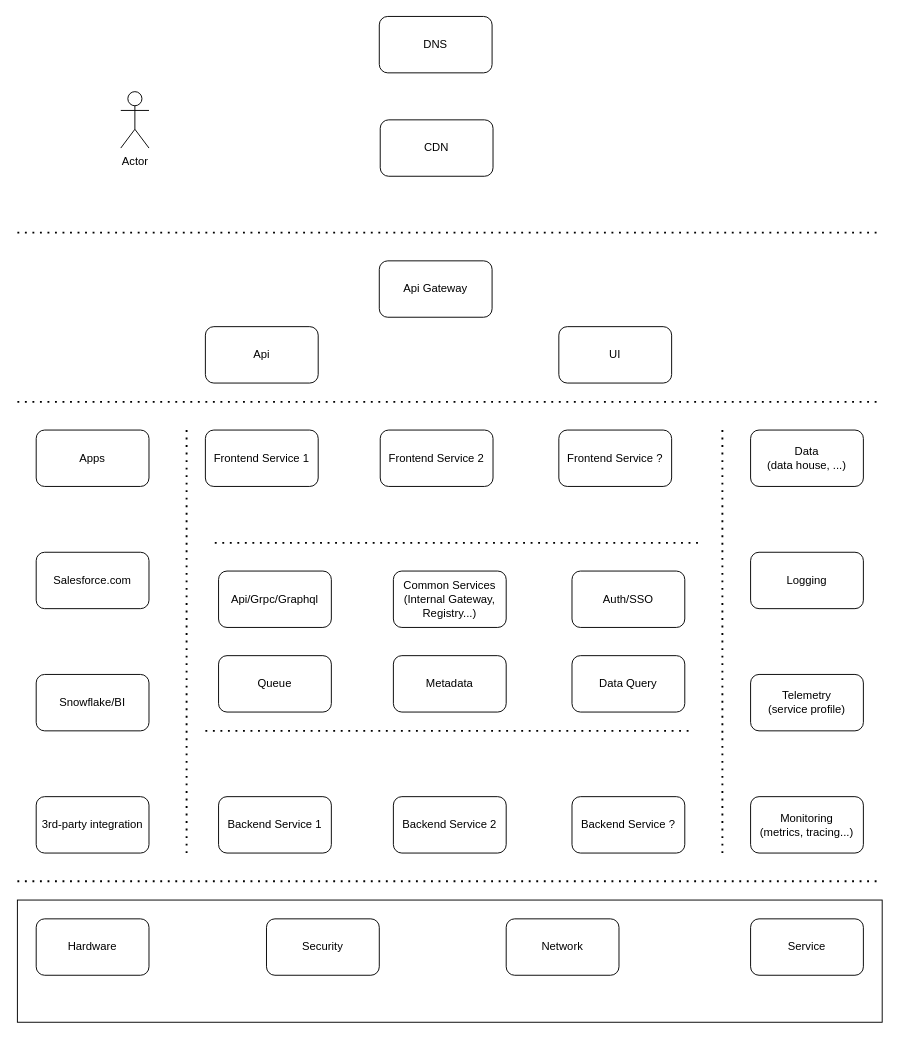
jiangtao7/draw.io keeps this draw.io diagram as gitlab_backup.drawio. Above is the earlier version. Source tidied: cells renumbered, new cells numbered last; positions are measured from the earlier drawing's top-left corner, leaving out a move shared by most shapes. Both pictures are drawn from the tidied source at 94%, with x=0, y=0 at pixel (17, 16).
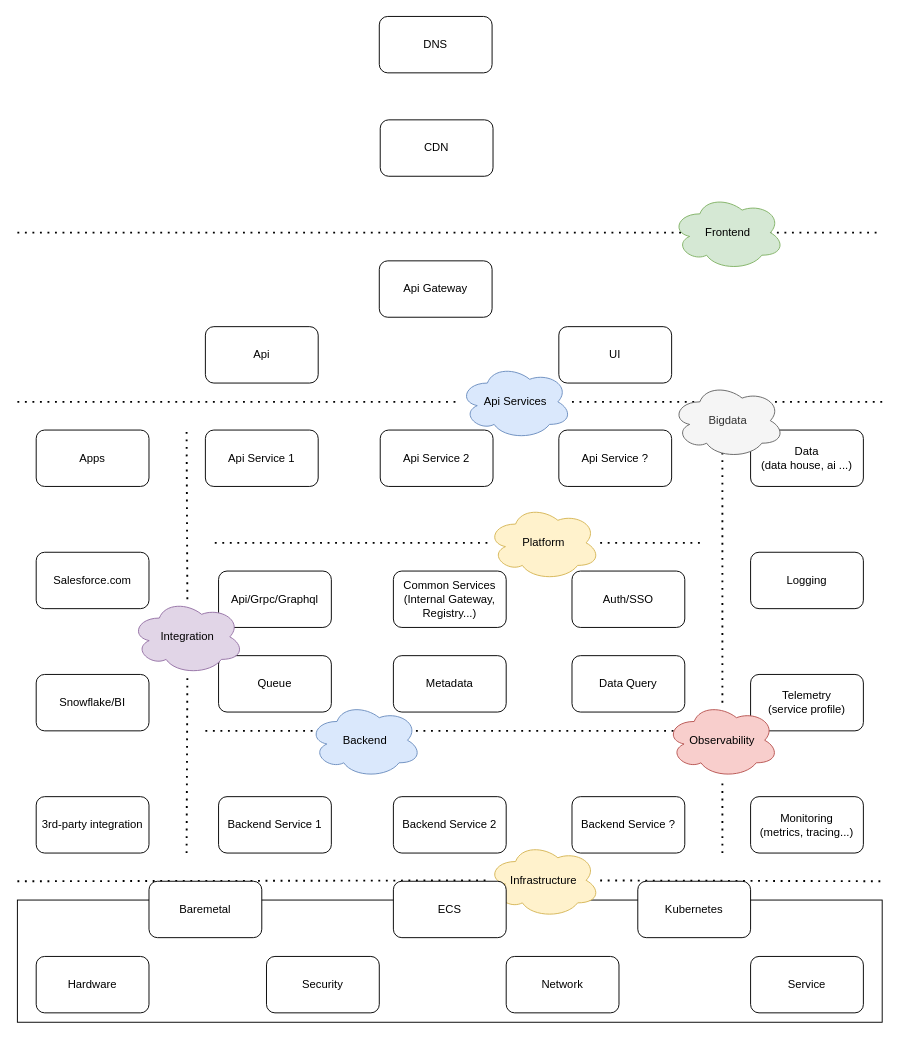
Above is the later version.

The edit, as a diff of the source:
```diff
@@
-    <mxCell id="3" style="endArrow=none;dashed=1;html=1;dashPattern=1 3;strokeWidth=2;rounded=0;" parent="1" edge="1">
+    <mxCell id="3" style="endArrow=none;dashed=1;html=1;dashPattern=1 3;strokeWidth=2;rounded=0;startArrow=none;" parent="1" edge="1" source="49">
       <mxGeometry relative="1" as="geometry">
-        <mxPoint y="920" as="sourcePoint" />
         <mxPoint x="920" y="920" as="targetPoint" />
       </mxGeometry>
     </mxCell>
     <mxCell id="4" value="Hardware" style="rounded=1;whiteSpace=wrap;html=1;" parent="1" vertex="1">
-      <mxGeometry x="20" y="960" width="120" height="60" as="geometry" />
+      <mxGeometry x="20" y="1000" width="120" height="60" as="geometry" />
     </mxCell>
     <mxCell id="5" value="Security" style="rounded=1;whiteSpace=wrap;html=1;" parent="1" vertex="1">
-      <mxGeometry x="265" y="960" width="120" height="60" as="geometry" />
+      <mxGeometry x="265" y="1000" width="120" height="60" as="geometry" />
     </mxCell>
     <mxCell id="6" value="Network" style="rounded=1;whiteSpace=wrap;html=1;" parent="1" vertex="1">
-      <mxGeometry x="520" y="960" width="120" height="60" as="geometry" />
+      <mxGeometry x="520" y="1000" width="120" height="60" as="geometry" />
     </mxCell>
     <mxCell id="7" value="Service" style="rounded=1;whiteSpace=wrap;html=1;" parent="1" vertex="1">
-      <mxGeometry x="780" y="960" width="120" height="60" as="geometry" />
+      <mxGeometry x="780" y="1000" width="120" height="60" as="geometry" />
     </mxCell>
@@
-    <mxCell id="11" value="Data&lt;br&gt;(data house, ...)" style="rounded=1;whiteSpace=wrap;html=1;" parent="1" vertex="1">
+    <mxCell id="11" value="Data&lt;br&gt;(data house, ai ...)" style="rounded=1;whiteSpace=wrap;html=1;" parent="1" vertex="1">
       <mxGeometry x="780" y="440" width="120" height="60" as="geometry" />
     </mxCell>
@@
-    <mxCell id="16" style="endArrow=none;dashed=1;html=1;dashPattern=1 3;strokeWidth=2;rounded=0;" parent="1" edge="1">
+    <mxCell id="16" style="endArrow=none;dashed=1;html=1;dashPattern=1 3;strokeWidth=2;rounded=0;startArrow=none;" parent="1" edge="1" source="51">
       <mxGeometry relative="1" as="geometry">
-        <mxPoint x="180" y="890" as="sourcePoint" />
         <mxPoint x="180" y="440" as="targetPoint" />
       </mxGeometry>
     </mxCell>
-    <mxCell id="17" style="endArrow=none;dashed=1;html=1;dashPattern=1 3;strokeWidth=2;rounded=0;" parent="1" edge="1">
+    <mxCell id="17" style="endArrow=none;dashed=1;html=1;dashPattern=1 3;strokeWidth=2;rounded=0;startArrow=none;" parent="1" edge="1" source="45">
       <mxGeometry relative="1" as="geometry">
-        <mxPoint x="750" y="890" as="sourcePoint" />
         <mxPoint x="750" y="440" as="targetPoint" />
       </mxGeometry>
     </mxCell>
@@
-    <mxCell id="23" style="endArrow=none;dashed=1;html=1;dashPattern=1 3;strokeWidth=2;rounded=0;" parent="1" edge="1">
+    <mxCell id="23" style="endArrow=none;dashed=1;html=1;dashPattern=1 3;strokeWidth=2;rounded=0;startArrow=none;" parent="1" edge="1" source="43">
       <mxGeometry relative="1" as="geometry">
-        <mxPoint x="210" y="560" as="sourcePoint" />
         <mxPoint x="730" y="560" as="targetPoint" />
       </mxGeometry>
     </mxCell>
@@
-    <mxCell id="27" value="Frontend Service 1" style="rounded=1;whiteSpace=wrap;html=1;" parent="1" vertex="1">
+    <mxCell id="27" value="Api Service 1" style="rounded=1;whiteSpace=wrap;html=1;" parent="1" vertex="1">
       <mxGeometry x="200" y="440" width="120" height="60" as="geometry" />
     </mxCell>
-    <mxCell id="28" value="Frontend Service 2" style="rounded=1;whiteSpace=wrap;html=1;" parent="1" vertex="1">
+    <mxCell id="28" value="Api Service 2" style="rounded=1;whiteSpace=wrap;html=1;" parent="1" vertex="1">
       <mxGeometry x="386" y="440" width="120" height="60" as="geometry" />
     </mxCell>
-    <mxCell id="29" value="Frontend Service ?" style="rounded=1;whiteSpace=wrap;html=1;" parent="1" vertex="1">
+    <mxCell id="29" value="Api Service ?" style="rounded=1;whiteSpace=wrap;html=1;" parent="1" vertex="1">
       <mxGeometry x="576" y="440" width="120" height="60" as="geometry" />
     </mxCell>
-    <mxCell id="30" style="endArrow=none;dashed=1;html=1;dashPattern=1 3;strokeWidth=2;rounded=0;" parent="1" edge="1">
+    <mxCell id="30" style="endArrow=none;dashed=1;html=1;dashPattern=1 3;strokeWidth=2;rounded=0;startArrow=none;" parent="1" edge="1" source="41">
       <mxGeometry relative="1" as="geometry">
-        <mxPoint y="410" as="sourcePoint" />
         <mxPoint x="920" y="410" as="targetPoint" />
       </mxGeometry>
     </mxCell>
@@
-    <mxCell id="38" value="Actor" style="shape=umlActor;verticalLabelPosition=bottom;verticalAlign=top;html=1;" parent="1" vertex="1">
-      <mxGeometry x="110" y="80" width="30" height="60" as="geometry" />
-    </mxCell>
@@
+    <mxCell id="40" value="Bigdata" style="ellipse;shape=cloud;whiteSpace=wrap;html=1;fillColor=#f5f5f5;fontColor=#333333;strokeColor=#666666;" parent="1" vertex="1">
+      <mxGeometry x="696" y="390" width="120" height="80" as="geometry" />
+    </mxCell>
+    <mxCell id="41" value="Api Services" style="ellipse;shape=cloud;whiteSpace=wrap;html=1;fillColor=#dae8fc;strokeColor=#6c8ebf;" parent="1" vertex="1">
+      <mxGeometry x="470" y="370" width="120" height="80" as="geometry" />
+    </mxCell>
+    <mxCell id="42" style="endArrow=none;dashed=1;html=1;dashPattern=1 3;strokeWidth=2;rounded=0;" parent="1" edge="1" target="41">
+      <mxGeometry relative="1" as="geometry">
+        <mxPoint y="410" as="sourcePoint" />
+      </mxGeometry>
+    </mxCell>
+    <mxCell id="43" value="Platform" style="ellipse;shape=cloud;whiteSpace=wrap;html=1;fillColor=#fff2cc;strokeColor=#d6b656;" parent="1" vertex="1">
+      <mxGeometry x="500" y="520" width="120" height="80" as="geometry" />
+    </mxCell>
+    <mxCell id="44" style="endArrow=none;dashed=1;html=1;dashPattern=1 3;strokeWidth=2;rounded=0;" parent="1" edge="1" target="43">
+      <mxGeometry relative="1" as="geometry">
+        <mxPoint x="210" y="560" as="sourcePoint" />
+      </mxGeometry>
+    </mxCell>
+    <mxCell id="45" value="Observability" style="ellipse;shape=cloud;whiteSpace=wrap;html=1;fillColor=#f8cecc;strokeColor=#b85450;" parent="1" vertex="1">
+      <mxGeometry x="690" y="730" width="120" height="80" as="geometry" />
+    </mxCell>
+    <mxCell id="46" style="endArrow=none;dashed=1;html=1;dashPattern=1 3;strokeWidth=2;rounded=0;" parent="1" edge="1" target="45">
+      <mxGeometry relative="1" as="geometry">
+        <mxPoint x="750" y="890" as="sourcePoint" />
+      </mxGeometry>
+    </mxCell>
+    <mxCell id="47" value="Frontend" style="ellipse;shape=cloud;whiteSpace=wrap;html=1;fillColor=#d5e8d4;strokeColor=#82b366;" parent="1" vertex="1">
+      <mxGeometry x="696" y="190" width="120" height="80" as="geometry" />
+    </mxCell>
+    <mxCell id="48" value="Backend" style="ellipse;shape=cloud;whiteSpace=wrap;html=1;fillColor=#dae8fc;strokeColor=#6c8ebf;" parent="1" vertex="1">
+      <mxGeometry x="310" y="730" width="120" height="80" as="geometry" />
+    </mxCell>
+    <mxCell id="49" value="Infrastructure" style="ellipse;shape=cloud;whiteSpace=wrap;html=1;fillColor=#fff2cc;strokeColor=#d6b656;" parent="1" vertex="1">
+      <mxGeometry x="500" y="879" width="120" height="80" as="geometry" />
+    </mxCell>
+    <mxCell id="50" style="endArrow=none;dashed=1;html=1;dashPattern=1 3;strokeWidth=2;rounded=0;" parent="1" edge="1" target="49">
+      <mxGeometry relative="1" as="geometry">
+        <mxPoint y="920" as="sourcePoint" />
+      </mxGeometry>
+    </mxCell>
+    <mxCell id="51" value="Integration" style="ellipse;shape=cloud;whiteSpace=wrap;html=1;fillColor=#e1d5e7;strokeColor=#9673a6;" parent="1" vertex="1">
+      <mxGeometry x="121" y="620" width="120" height="80" as="geometry" />
+    </mxCell>
+    <mxCell id="52" style="endArrow=none;dashed=1;html=1;dashPattern=1 3;strokeWidth=2;rounded=0;" parent="1" edge="1" target="51">
+      <mxGeometry relative="1" as="geometry">
+        <mxPoint x="180" y="890" as="sourcePoint" />
+      </mxGeometry>
+    </mxCell>
+    <mxCell id="53" value="Kubernetes" style="rounded=1;whiteSpace=wrap;html=1;" parent="1" vertex="1">
+      <mxGeometry x="660" y="920" width="120" height="60" as="geometry" />
+    </mxCell>
+    <mxCell id="54" value="ECS" style="rounded=1;whiteSpace=wrap;html=1;" parent="1" vertex="1">
+      <mxGeometry x="400" y="920" width="120" height="60" as="geometry" />
+    </mxCell>
+    <mxCell id="55" value="Baremetal" style="rounded=1;whiteSpace=wrap;html=1;" parent="1" vertex="1">
+      <mxGeometry x="140" y="920" width="120" height="60" as="geometry" />
+    </mxCell>
```
